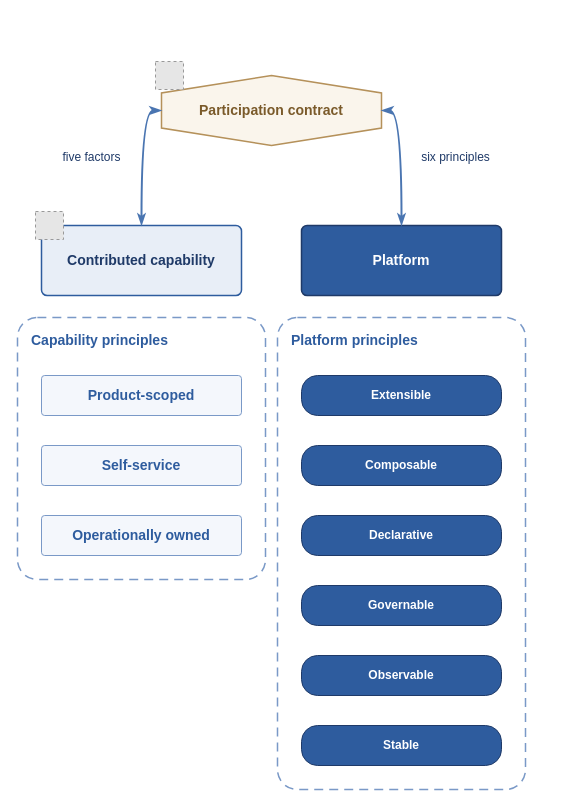
The draw.io diagram diagrams/participation-contract.drawio in missBerg/platform-capabilities, before the edit. Source tidied: cells renumbered, new cells numbered last; positions are measured from the earlier drawing's top-left corner, leaving out a move shared by most shapes. Both pictures are drawn from the tidied source at 100%, with x=0, y=0 at pixel (17, 61). Pictures stored in the file or linked from it are replaced by grey dashed boxes.
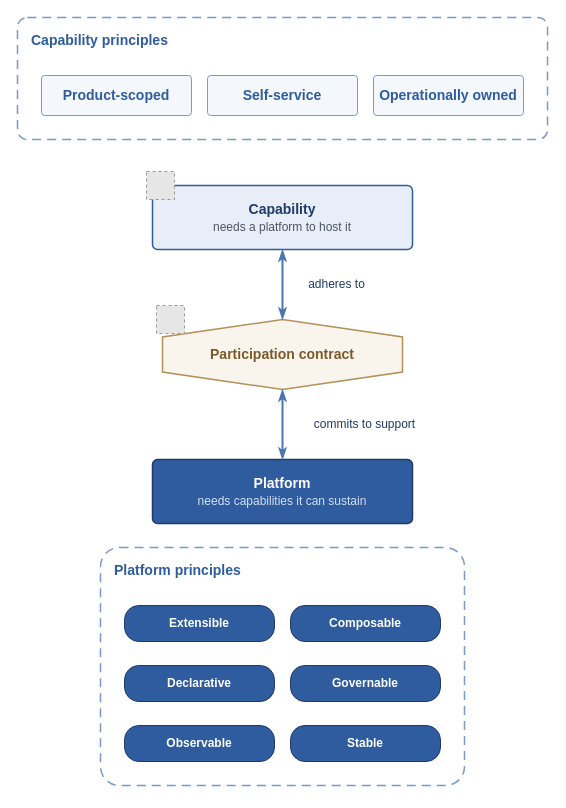
The same page after the edit.

Change to the diagram source:
```diff
@@
     <mxCell id="2" value="&lt;b&gt;Capability principles&lt;/b&gt;" style="rounded=1;whiteSpace=wrap;html=1;arcSize=8;fillColor=none;strokeColor=#7A99C7;strokeWidth=1.5;fontColor=#2E5C9E;fontFamily=Helvetica;fontSize=14;align=left;verticalAlign=top;dashed=1;dashPattern=6 4;spacingLeft=12;spacingTop=8;shadow=0;" parent="1" vertex="1">
-      <mxGeometry y="256" width="248" height="262" as="geometry" />
+      <mxGeometry y="-44" width="530" height="122" as="geometry" />
     </mxCell>
     <mxCell id="3" value="&lt;b&gt;Platform principles&lt;/b&gt;" style="rounded=1;whiteSpace=wrap;html=1;arcSize=8;fillColor=none;strokeColor=#7A99C7;strokeWidth=1.5;fontColor=#2E5C9E;fontFamily=Helvetica;fontSize=14;align=left;verticalAlign=top;dashed=1;dashPattern=6 4;spacingLeft=12;spacingTop=8;shadow=0;" parent="1" vertex="1">
-      <mxGeometry x="260" y="256" width="248" height="472" as="geometry" />
+      <mxGeometry x="83" y="486" width="364" height="238" as="geometry" />
     </mxCell>
+    <mxCell id="9" value="&lt;b&gt;Product-scoped&lt;/b&gt;" style="rounded=1;whiteSpace=wrap;html=1;arcSize=8;fillColor=#F4F7FC;strokeColor=#7A99C7;strokeWidth=1;fontColor=#2E5C9E;fontFamily=Helvetica;fontSize=14;align=center;verticalAlign=middle;shadow=0;" parent="1" vertex="1">
+      <mxGeometry x="24" y="14" width="150" height="40" as="geometry" />
+    </mxCell>
+    <mxCell id="11" value="&lt;b&gt;Self-service&lt;/b&gt;" style="rounded=1;whiteSpace=wrap;html=1;arcSize=8;fillColor=#F4F7FC;strokeColor=#7A99C7;strokeWidth=1;fontColor=#2E5C9E;fontFamily=Helvetica;fontSize=14;align=center;verticalAlign=middle;shadow=0;" parent="1" vertex="1">
+      <mxGeometry x="190" y="14" width="150" height="40" as="geometry" />
+    </mxCell>
+    <mxCell id="13" value="&lt;b&gt;Operationally owned&lt;/b&gt;" style="rounded=1;whiteSpace=wrap;html=1;arcSize=8;fillColor=#F4F7FC;strokeColor=#7A99C7;strokeWidth=1;fontColor=#2E5C9E;fontFamily=Helvetica;fontSize=14;align=center;verticalAlign=middle;shadow=0;" parent="1" vertex="1">
+      <mxGeometry x="356" y="14" width="150" height="40" as="geometry" />
+    </mxCell>
+    <mxCell id="6" value="&lt;b&gt;Capability&lt;/b&gt;&lt;br&gt;&lt;font style=&quot;font-size: 12px&quot; color=&quot;#4B5563&quot;&gt;needs a platform to host it&lt;/font&gt;" style="rounded=1;whiteSpace=wrap;html=1;arcSize=8;fillColor=#E8EEF7;strokeColor=#2E5C9E;strokeWidth=1.5;fontColor=#1F3A68;fontFamily=Helvetica;fontSize=14;align=center;verticalAlign=middle;shadow=0;" parent="1" vertex="1">
+      <mxGeometry x="135" y="124" width="260" height="64" as="geometry" />
+    </mxCell>
+    <mxCell id="7" style="fillColor=#E6E6E6;strokeColor=#999999;dashed=1;verticalLabelPosition=bottom;verticalAlign=top;align=center;fontFamily=Helvetica;fontSize=14;fontColor=#1F3A68;" parent="1" vertex="1">
+      <mxGeometry x="129" y="110" width="28" height="28" as="geometry" />
+    </mxCell>
     <mxCell id="4" value="&lt;b&gt;Participation contract&lt;/b&gt;" style="shape=hexagon;perimeter=hexagonPerimeter2;direction=north;whiteSpace=wrap;html=1;fillColor=#FAF5EC;strokeColor=#B5915A;strokeWidth=1.5;fontColor=#7A5A2A;fontFamily=Helvetica;fontSize=14;align=center;verticalAlign=middle;shadow=0;" parent="1" vertex="1">
-      <mxGeometry x="144" y="14" width="220" height="70" as="geometry" />
+      <mxGeometry x="145" y="258" width="240" height="70" as="geometry" />
     </mxCell>
     <mxCell id="5" style="fillColor=#E6E6E6;strokeColor=#999999;dashed=1;verticalLabelPosition=bottom;verticalAlign=top;align=center;fontFamily=Helvetica;fontSize=14;fontColor=#1F3A68;" parent="1" vertex="1">
-      <mxGeometry x="138" width="28" height="28" as="geometry" />
+      <mxGeometry x="139" y="244" width="28" height="28" as="geometry" />
     </mxCell>
-    <mxCell id="6" value="&lt;b&gt;Contributed capability&lt;/b&gt;" style="rounded=1;whiteSpace=wrap;html=1;arcSize=8;fillColor=#E8EEF7;strokeColor=#2E5C9E;strokeWidth=1.5;fontColor=#1F3A68;fontFamily=Helvetica;fontSize=14;align=center;verticalAlign=middle;shadow=0;" parent="1" vertex="1">
-      <mxGeometry x="24" y="164" width="200" height="70" as="geometry" />
-    </mxCell>
-    <mxCell id="7" style="fillColor=#E6E6E6;strokeColor=#999999;dashed=1;verticalLabelPosition=bottom;verticalAlign=top;align=center;fontFamily=Helvetica;fontSize=14;fontColor=#1F3A68;" parent="1" vertex="1">
-      <mxGeometry x="18" y="150" width="28" height="28" as="geometry" />
-    </mxCell>
-    <mxCell id="8" value="&lt;b&gt;Platform&lt;/b&gt;" style="rounded=1;whiteSpace=wrap;html=1;arcSize=8;fillColor=#2E5C9E;strokeColor=#1F3A68;strokeWidth=1.5;fontColor=#FFFFFF;fontFamily=Helvetica;fontSize=14;align=center;verticalAlign=middle;shadow=0;" parent="1" vertex="1">
-      <mxGeometry x="284" y="164" width="200" height="70" as="geometry" />
+    <mxCell id="8" value="&lt;b&gt;Platform&lt;/b&gt;&lt;br&gt;&lt;font style=&quot;font-size: 12px&quot; color=&quot;#D6E0F0&quot;&gt;needs capabilities it can sustain&lt;/font&gt;" style="rounded=1;whiteSpace=wrap;html=1;arcSize=8;fillColor=#2E5C9E;strokeColor=#1F3A68;strokeWidth=1.5;fontColor=#FFFFFF;fontFamily=Helvetica;fontSize=14;align=center;verticalAlign=middle;shadow=0;" parent="1" vertex="1">
+      <mxGeometry x="135" y="398" width="260" height="64" as="geometry" />
     </mxCell>
-    <mxCell id="9" value="&lt;b&gt;Product-scoped&lt;/b&gt;" style="rounded=1;whiteSpace=wrap;html=1;arcSize=8;fillColor=#F4F7FC;strokeColor=#7A99C7;strokeWidth=1;fontColor=#2E5C9E;fontFamily=Helvetica;fontSize=14;align=center;verticalAlign=middle;shadow=0;" parent="1" vertex="1">
-      <mxGeometry x="24" y="314" width="200" height="40" as="geometry" />
-    </mxCell>
     <mxCell id="10" value="Extensible" style="rounded=1;whiteSpace=wrap;html=1;arcSize=40;fillColor=#2E5C9E;strokeColor=#1F3A68;strokeWidth=1;fontColor=#FFFFFF;fontFamily=Helvetica;fontSize=12;fontStyle=1;align=center;verticalAlign=middle;shadow=0;" parent="1" vertex="1">
-      <mxGeometry x="284" y="314" width="200" height="40" as="geometry" />
+      <mxGeometry x="107" y="544" width="150" height="36" as="geometry" />
     </mxCell>
-    <mxCell id="11" value="&lt;b&gt;Self-service&lt;/b&gt;" style="rounded=1;whiteSpace=wrap;html=1;arcSize=8;fillColor=#F4F7FC;strokeColor=#7A99C7;strokeWidth=1;fontColor=#2E5C9E;fontFamily=Helvetica;fontSize=14;align=center;verticalAlign=middle;shadow=0;" parent="1" vertex="1">
-      <mxGeometry x="24" y="384" width="200" height="40" as="geometry" />
-    </mxCell>
     <mxCell id="12" value="Composable" style="rounded=1;whiteSpace=wrap;html=1;arcSize=40;fillColor=#2E5C9E;strokeColor=#1F3A68;strokeWidth=1;fontColor=#FFFFFF;fontFamily=Helvetica;fontSize=12;fontStyle=1;align=center;verticalAlign=middle;shadow=0;" parent="1" vertex="1">
-      <mxGeometry x="284" y="384" width="200" height="40" as="geometry" />
+      <mxGeometry x="273" y="544" width="150" height="36" as="geometry" />
     </mxCell>
-    <mxCell id="13" value="&lt;b&gt;Operationally owned&lt;/b&gt;" style="rounded=1;whiteSpace=wrap;html=1;arcSize=8;fillColor=#F4F7FC;strokeColor=#7A99C7;strokeWidth=1;fontColor=#2E5C9E;fontFamily=Helvetica;fontSize=14;align=center;verticalAlign=middle;shadow=0;" parent="1" vertex="1">
-      <mxGeometry x="24" y="454" width="200" height="40" as="geometry" />
-    </mxCell>
     <mxCell id="14" value="Declarative" style="rounded=1;whiteSpace=wrap;html=1;arcSize=40;fillColor=#2E5C9E;strokeColor=#1F3A68;strokeWidth=1;fontColor=#FFFFFF;fontFamily=Helvetica;fontSize=12;fontStyle=1;align=center;verticalAlign=middle;shadow=0;" parent="1" vertex="1">
-      <mxGeometry x="284" y="454" width="200" height="40" as="geometry" />
+      <mxGeometry x="107" y="604" width="150" height="36" as="geometry" />
     </mxCell>
     <mxCell id="15" value="Governable" style="rounded=1;whiteSpace=wrap;html=1;arcSize=40;fillColor=#2E5C9E;strokeColor=#1F3A68;strokeWidth=1;fontColor=#FFFFFF;fontFamily=Helvetica;fontSize=12;fontStyle=1;align=center;verticalAlign=middle;shadow=0;" parent="1" vertex="1">
-      <mxGeometry x="284" y="524" width="200" height="40" as="geometry" />
+      <mxGeometry x="273" y="604" width="150" height="36" as="geometry" />
     </mxCell>
     <mxCell id="16" value="Observable" style="rounded=1;whiteSpace=wrap;html=1;arcSize=40;fillColor=#2E5C9E;strokeColor=#1F3A68;strokeWidth=1;fontColor=#FFFFFF;fontFamily=Helvetica;fontSize=12;fontStyle=1;align=center;verticalAlign=middle;shadow=0;" parent="1" vertex="1">
-      <mxGeometry x="284" y="594" width="200" height="40" as="geometry" />
+      <mxGeometry x="107" y="664" width="150" height="36" as="geometry" />
     </mxCell>
     <mxCell id="17" value="Stable" style="rounded=1;whiteSpace=wrap;html=1;arcSize=40;fillColor=#2E5C9E;strokeColor=#1F3A68;strokeWidth=1;fontColor=#FFFFFF;fontFamily=Helvetica;fontSize=12;fontStyle=1;align=center;verticalAlign=middle;shadow=0;" parent="1" vertex="1">
-      <mxGeometry x="284" y="664" width="200" height="40" as="geometry" />
+      <mxGeometry x="273" y="664" width="150" height="36" as="geometry" />
     </mxCell>
-    <mxCell id="18" value="five factors" style="edgeStyle=orthogonalEdgeStyle;endArrow=classicThin;startArrow=classicThin;html=1;rounded=0;strokeColor=#4A75B1;strokeWidth=2;fontColor=#1F3A68;fontFamily=Helvetica;fontSize=12;curved=1;exitX=0.5;exitY=0;exitDx=0;exitDy=0;entryX=0.5;entryY=0;entryDx=0;entryDy=0;" parent="1" edge="1" source="6" target="4">
+    <mxCell id="18" value="adheres to" style="edgeStyle=orthogonalEdgeStyle;endArrow=classicThin;startArrow=classicThin;html=1;rounded=0;strokeColor=#4A75B1;strokeWidth=2;fontColor=#1F3A68;fontFamily=Helvetica;fontSize=12;curved=1;exitX=0.5;exitY=1;exitDx=0;exitDy=0;entryX=1;entryY=0.5;entryDx=0;entryDy=0;" parent="1" edge="1" source="6" target="4">
       <mxGeometry relative="1" as="geometry">
-        <mxPoint x="-50" as="offset" />
+        <mxPoint x="54" as="offset" />
       </mxGeometry>
     </mxCell>
-    <mxCell id="19" value="six principles" style="edgeStyle=orthogonalEdgeStyle;endArrow=classicThin;startArrow=classicThin;html=1;rounded=0;strokeColor=#4A75B1;strokeWidth=2;fontColor=#1F3A68;fontFamily=Helvetica;fontSize=12;curved=1;exitX=0.5;exitY=0;exitDx=0;exitDy=0;entryX=0.5;entryY=1;entryDx=0;entryDy=0;" parent="1" edge="1" source="8" target="4">
+    <mxCell id="19" value="commits to support" style="edgeStyle=orthogonalEdgeStyle;endArrow=classicThin;startArrow=classicThin;html=1;rounded=0;strokeColor=#4A75B1;strokeWidth=2;fontColor=#1F3A68;fontFamily=Helvetica;fontSize=12;curved=1;exitX=0.5;exitY=0;exitDx=0;exitDy=0;entryX=0;entryY=0.5;entryDx=0;entryDy=0;" parent="1" edge="1" source="8" target="4">
       <mxGeometry relative="1" as="geometry">
-        <mxPoint x="54" as="offset" />
+        <mxPoint x="82" as="offset" />
       </mxGeometry>
     </mxCell>
```
